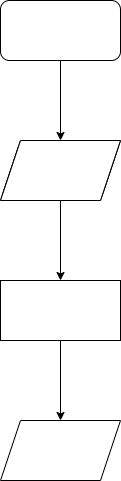
rustybladez/flowcharts keeps this draw.io diagram as Untitled Diagram.drawio.png. Above is the earlier version. Source tidied: cells renumbered, new cells last; positions are measured from the earlier drawing's top-left corner, leaving out a move shared by most shapes.
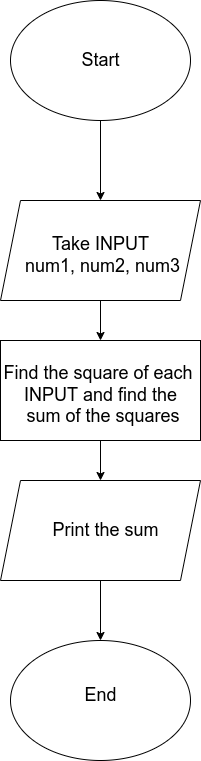
Above is the later version.

Commit message:
Added all the text

Diff of the diagram source:
```diff
@@ -2,32 +2,53 @@
   <root>
     <mxCell id="0" />
     <mxCell id="1" parent="0" />
-    <mxCell id="2" style="edgeStyle=orthogonalEdgeStyle;rounded=0;jettySize=auto;html=1;" parent="1" edge="1" source="3" target="4">
-      <mxGeometry relative="1" as="geometry" />
-    </mxCell>
-    <mxCell id="3" style="rounded=1;whiteSpace=wrap;html=1;" parent="1" vertex="1">
-      <mxGeometry width="120" height="60" as="geometry" />
-    </mxCell>
+    <mxCell id="11" style="edgeStyle=orthogonalEdgeStyle;rounded=0;jettySize=auto;html=1;fontSize=18;entryX=0.5;entryY=0;entryDx=0;entryDy=0;" parent="1" edge="1" source="12" target="7">
+      <mxGeometry relative="1" as="geometry" />
+    </mxCell>
+    <mxCell id="12" style="ellipse;whiteSpace=wrap;html=1;fontSize=18;" parent="1" vertex="1">
+      <mxGeometry x="10" y="-60" width="180" height="120" as="geometry" />
+    </mxCell>
     <mxCell id="4" style="shape=parallelogram;perimeter=parallelogramPerimeter;whiteSpace=wrap;html=1;fixedSize=1;rounded=1;" parent="1" vertex="1">
-      <mxGeometry y="140" width="120" height="60" as="geometry" />
+      <mxGeometry x="40" y="160" width="120" height="60" as="geometry" />
     </mxCell>
     <mxCell id="5" style="shape=parallelogram;perimeter=parallelogramPerimeter;whiteSpace=wrap;html=1;fixedSize=1;" parent="1" vertex="1">
-      <mxGeometry y="140" width="120" height="60" as="geometry" />
+      <mxGeometry x="40" y="160" width="120" height="60" as="geometry" />
     </mxCell>
     <mxCell id="6" style="edgeStyle=orthogonalEdgeStyle;rounded=0;jettySize=auto;html=1;" parent="1" edge="1" source="7" target="9">
       <mxGeometry relative="1" as="geometry" />
     </mxCell>
-    <mxCell id="7" style="shape=parallelogram;perimeter=parallelogramPerimeter;whiteSpace=wrap;html=1;fixedSize=1;" parent="1" vertex="1">
-      <mxGeometry y="140" width="120" height="60" as="geometry" />
+    <mxCell id="7" style="shape=parallelogram;perimeter=parallelogramPerimeter;whiteSpace=wrap;html=1;fixedSize=1;fontSize=18;" parent="1" vertex="1">
+      <mxGeometry y="140" width="200" height="100" as="geometry" />
     </mxCell>
     <mxCell id="8" style="edgeStyle=orthogonalEdgeStyle;rounded=0;jettySize=auto;html=1;" parent="1" edge="1" source="9" target="10">
       <mxGeometry relative="1" as="geometry" />
     </mxCell>
     <mxCell id="9" style="whiteSpace=wrap;html=1;" parent="1" vertex="1">
-      <mxGeometry y="280" width="120" height="60" as="geometry" />
+      <mxGeometry y="280" width="200" height="100" as="geometry" />
     </mxCell>
+    <mxCell id="13" style="edgeStyle=orthogonalEdgeStyle;rounded=0;jettySize=auto;html=1;fontSize=18;" parent="1" edge="1" source="10" target="18">
+      <mxGeometry relative="1" as="geometry" />
+    </mxCell>
     <mxCell id="10" style="shape=parallelogram;perimeter=parallelogramPerimeter;whiteSpace=wrap;html=1;fixedSize=1;" parent="1" vertex="1">
-      <mxGeometry y="420" width="120" height="60" as="geometry" />
+      <mxGeometry y="420" width="200" height="100" as="geometry" />
     </mxCell>
+    <mxCell id="14" value="Start" style="text;html=1;align=center;verticalAlign=middle;fillColor=none;strokeColor=none;rounded=0;fontSize=18;" parent="1" vertex="1">
+      <mxGeometry x="75" y="-15" width="50" height="30" as="geometry" />
+    </mxCell>
+    <mxCell id="15" value="Take INPUT&lt;br&gt;&lt;span id=&quot;docs-internal-guid-0f182b6a-7fff-3fce-1b76-e80dacd023e4&quot;&gt;&lt;span style=&quot;font-size: 11pt ; font-family: &amp;#34;arial&amp;#34; ; background-color: transparent ; vertical-align: baseline&quot;&gt;&amp;nbsp;&lt;/span&gt;&lt;span style=&quot;font-family: &amp;#34;arial&amp;#34; ; background-color: transparent ; vertical-align: baseline&quot;&gt;&lt;font style=&quot;font-size: 18px&quot;&gt;num1, num2, num3&lt;/font&gt;&lt;/span&gt;&lt;/span&gt;" style="text;html=1;align=center;verticalAlign=middle;fillColor=none;strokeColor=none;rounded=0;fontSize=18;" parent="1" vertex="1">
+      <mxGeometry x="15" y="170" width="170" height="50" as="geometry" />
+    </mxCell>
+    <mxCell id="16" value="Find the square of each &lt;br&gt;INPUT and find the&lt;br&gt;&amp;nbsp;sum of the squares" style="text;html=1;align=center;verticalAlign=middle;fillColor=none;strokeColor=none;rounded=0;fontSize=18;" parent="1" vertex="1">
+      <mxGeometry y="300" width="200" height="70" as="geometry" />
+    </mxCell>
+    <mxCell id="17" value="Print the sum" style="text;html=1;align=center;verticalAlign=middle;fillColor=none;strokeColor=none;rounded=0;fontSize=18;" parent="1" vertex="1">
+      <mxGeometry x="45" y="455" width="120" height="30" as="geometry" />
+    </mxCell>
+    <mxCell id="18" style="ellipse;whiteSpace=wrap;html=1;fontSize=18;" parent="1" vertex="1">
+      <mxGeometry x="10" y="580" width="180" height="120" as="geometry" />
+    </mxCell>
+    <mxCell id="19" value="End" style="text;html=1;align=center;verticalAlign=middle;fillColor=none;strokeColor=none;rounded=0;fontSize=18;" parent="1" vertex="1">
+      <mxGeometry x="75" y="620" width="50" height="30" as="geometry" />
+    </mxCell>
   </root>
 </mxGraphModel>
```
